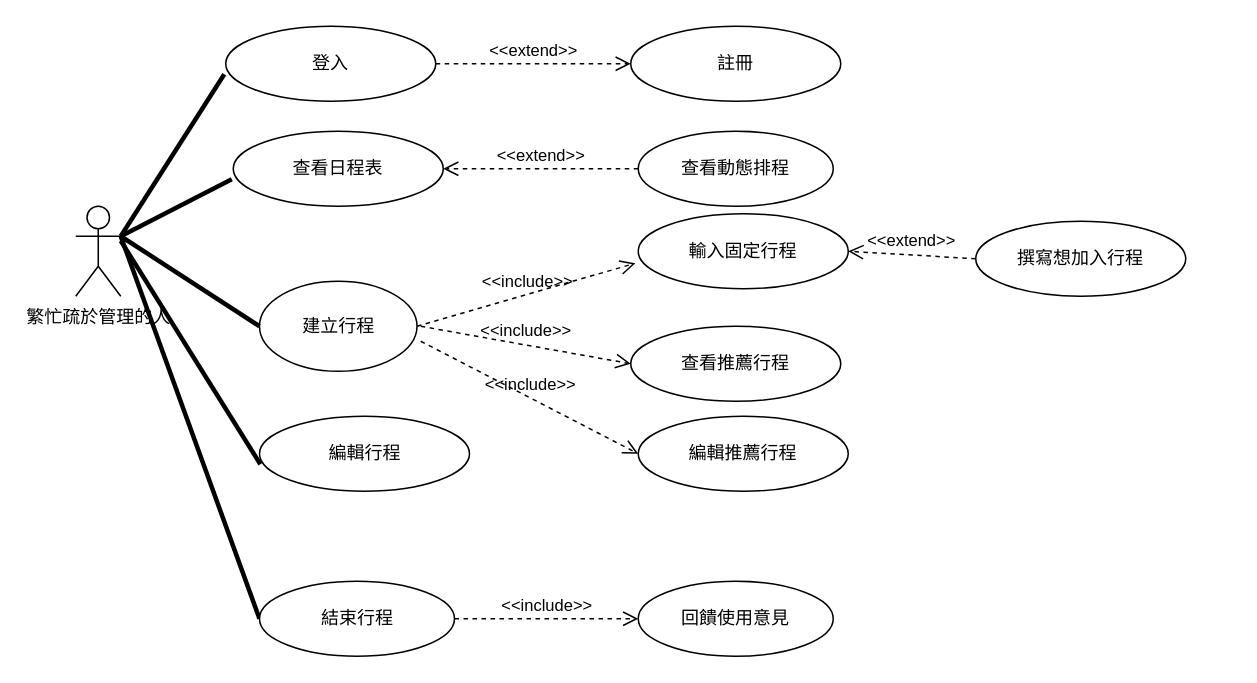
Above: 使用個案圖.drawio in Kevincheng0804/Graduation-Topic (draw.io), before the change. Source tidied: cells renumbered, new cells numbered last; positions are measured from the earlier drawing's top-left corner, leaving out a move shared by most shapes. Both pictures are drawn from the tidied source at 150%, with x=0, y=0 at pixel (75, 26).
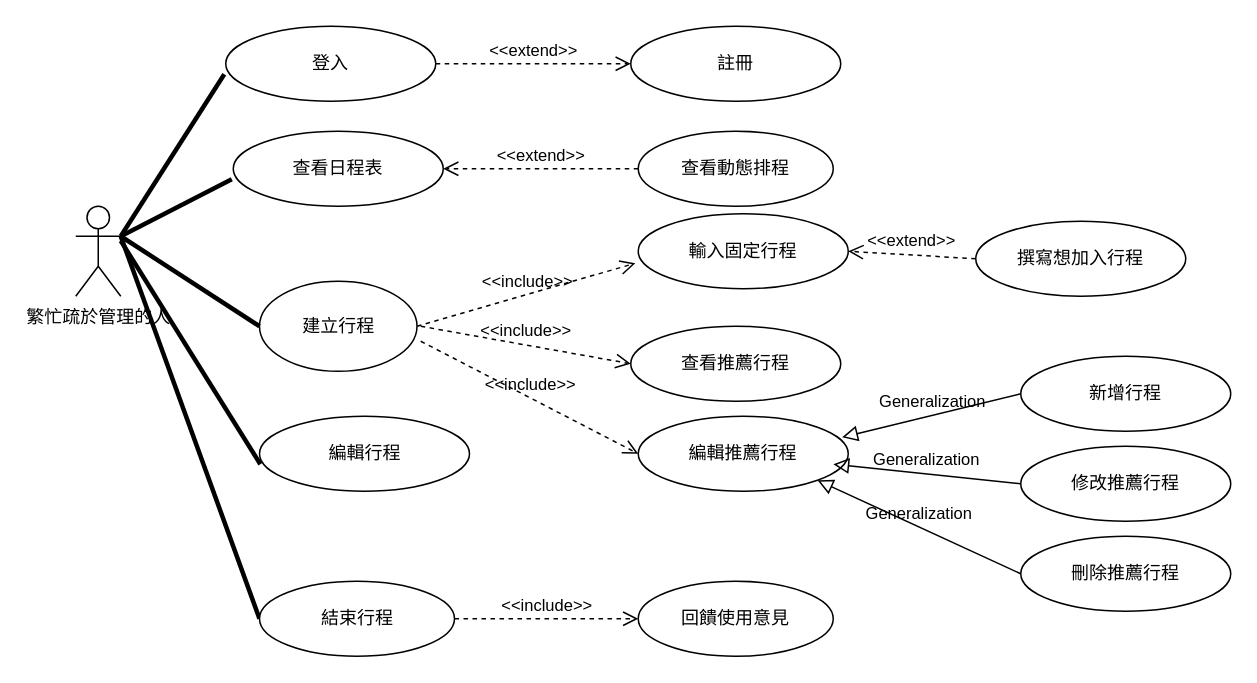
Above is the later version.

Commit message:
更新使用個案圖11/18/18:10.drawio

The change refers to these unchanged cells:
```xml
<mxCell id="11" value="編輯推薦行程" style="ellipse;html=1;whiteSpace=wrap;" parent="1" vertex="1">
  <mxGeometry x="375" y="260" width="140" height="50" as="geometry" />
</mxCell>
```

The edit, as a diff of the source:
```diff
@@
+    <mxCell id="27" value="新增行程" style="ellipse;html=1;whiteSpace=wrap;" parent="1" vertex="1">
+      <mxGeometry x="630" y="220" width="140" height="50" as="geometry" />
+    </mxCell>
+    <mxCell id="28" value="刪除推薦行程" style="ellipse;html=1;whiteSpace=wrap;" parent="1" vertex="1">
+      <mxGeometry x="630" y="340" width="140" height="50" as="geometry" />
+    </mxCell>
+    <mxCell id="29" value="修改推薦行程" style="ellipse;html=1;whiteSpace=wrap;" parent="1" vertex="1">
+      <mxGeometry x="630" y="280" width="140" height="50" as="geometry" />
+    </mxCell>
+    <mxCell id="30" value="Generalization" style="endArrow=block;html=1;rounded=0;align=center;verticalAlign=bottom;endFill=0;labelBackgroundColor=none;endSize=8;entryX=0.971;entryY=0.28;entryDx=0;entryDy=0;exitX=0;exitY=0.5;exitDx=0;exitDy=0;entryPerimeter=0;" parent="1" edge="1" source="27" target="11">
+      <mxGeometry relative="1" as="geometry" />
+    </mxCell>
+    <mxCell id="31" style="html=1;align=center;verticalAlign=top;labelBackgroundColor=none;" parent="30" vertex="1">
+      <mxGeometry relative="1" as="geometry" />
+    </mxCell>
+    <mxCell id="32" value="Generalization" style="endArrow=block;html=1;rounded=0;align=center;verticalAlign=bottom;endFill=0;labelBackgroundColor=none;endSize=8;exitX=0;exitY=0.5;exitDx=0;exitDy=0;entryX=0.929;entryY=0.64;entryDx=0;entryDy=0;entryPerimeter=0;" parent="1" edge="1" source="29" target="11">
+      <mxGeometry relative="1" as="geometry" />
+    </mxCell>
+    <mxCell id="33" style="html=1;align=center;verticalAlign=top;labelBackgroundColor=none;" parent="32" vertex="1">
+      <mxGeometry relative="1" as="geometry" />
+    </mxCell>
+    <mxCell id="34" value="Generalization" style="endArrow=block;html=1;rounded=0;align=center;verticalAlign=bottom;endFill=0;labelBackgroundColor=none;endSize=8;exitX=0;exitY=0.5;exitDx=0;exitDy=0;entryX=1;entryY=1;entryDx=0;entryDy=0;" parent="1" edge="1" source="28" target="11">
+      <mxGeometry relative="1" as="geometry" />
+    </mxCell>
+    <mxCell id="35" style="html=1;align=center;verticalAlign=top;labelBackgroundColor=none;" parent="34" vertex="1">
+      <mxGeometry relative="1" as="geometry" />
+    </mxCell>
```
